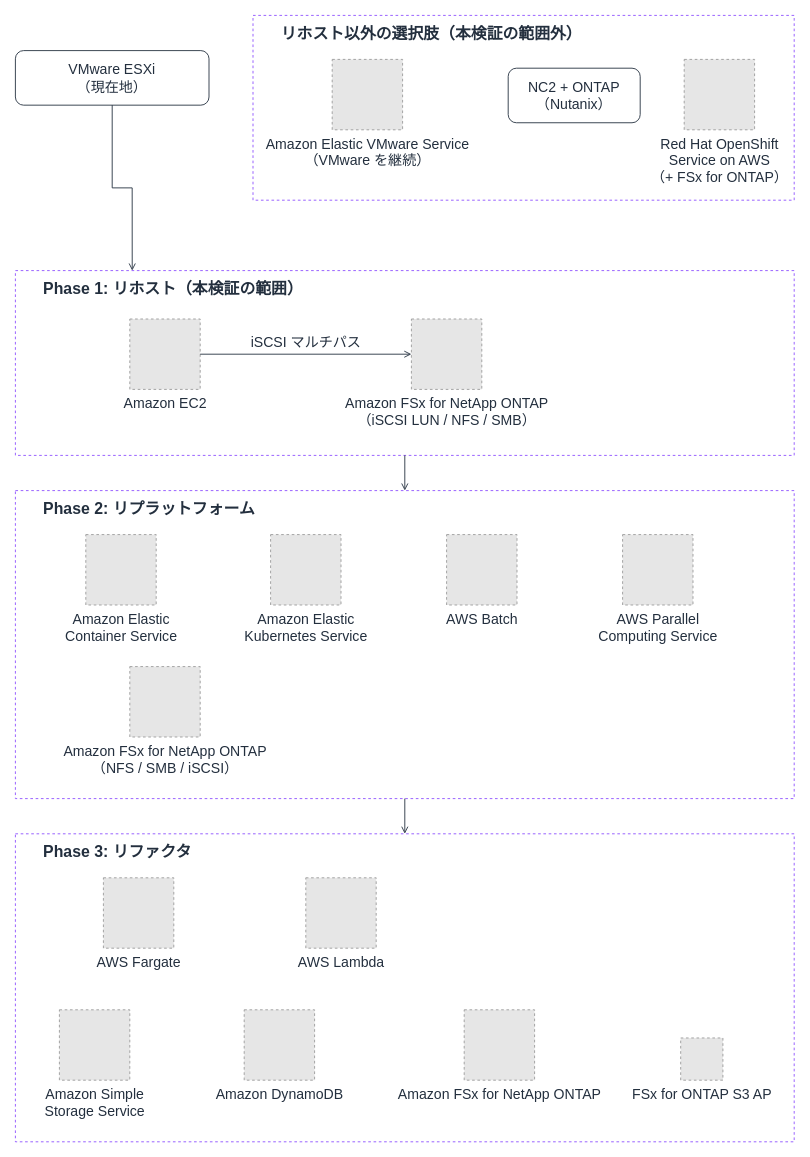
Before: docs/_assets/diagrams/atx-fsxn-migration-journey.drawio in Yoshiki0705/VMware-Migration-EC2-ONTAP, a draw.io diagram. Source tidied: cells renumbered, new cells numbered last; positions are measured from the earlier drawing's top-left corner, leaving out a move shared by most shapes. Both pictures are drawn from the tidied source at 88%, with x=0, y=0 at pixel (15, 15). Pictures stored in the file or linked from it are replaced by grey dashed boxes.
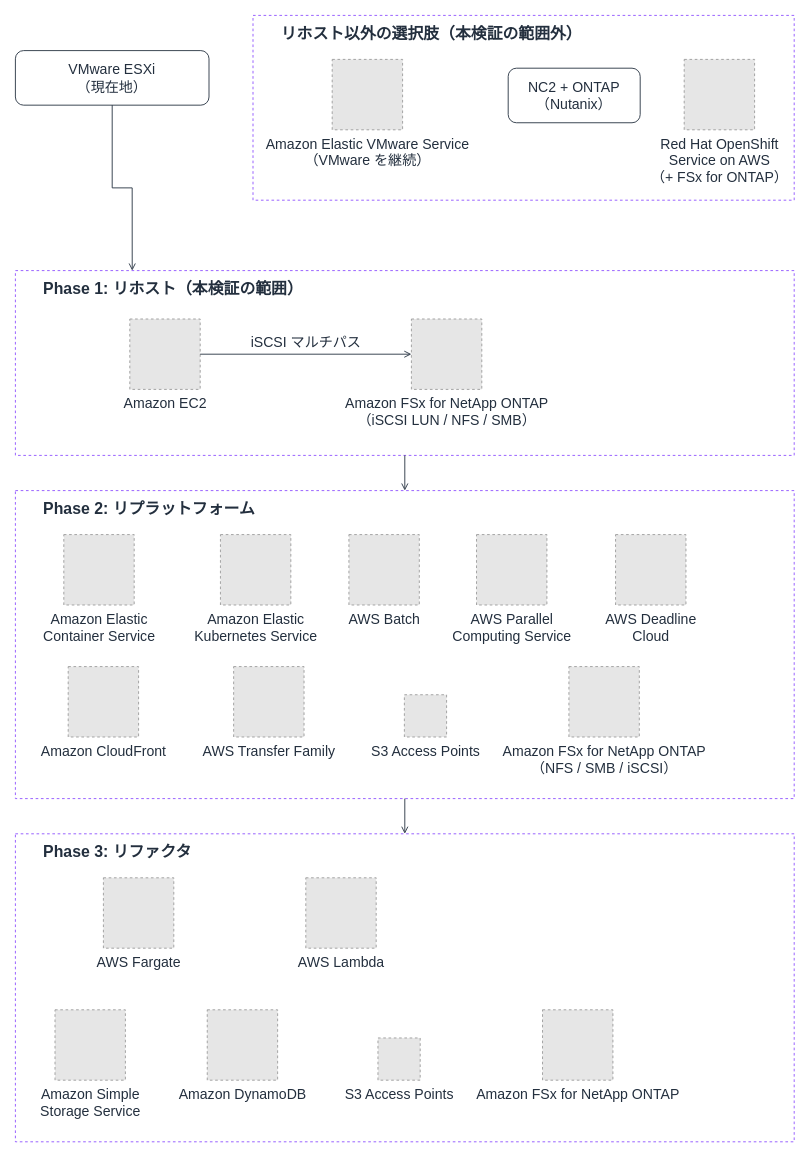
The same page after the edit.

Commit message (it also covers changes not shown here):
docs: spell out S3 Access Points, add the Phase 2 access and render paths

What changed in the source:
```diff
@@
     <mxCell id="12" value="Amazon Elastic&#10;Container Service" style="fillColor=#E6E6E6;strokeColor=#999999;dashed=1;html=1;verticalLabelPosition=bottom;verticalAlign=top;labelPosition=center;align=center;fontSize=16;fontColor=#232F3E;" parent="1" vertex="1">
-      <mxGeometry x="80" y="590" width="80" height="80" as="geometry" />
+      <mxGeometry x="55" y="590" width="80" height="80" as="geometry" />
     </mxCell>
     <mxCell id="13" value="Amazon Elastic&#10;Kubernetes Service" style="fillColor=#E6E6E6;strokeColor=#999999;dashed=1;html=1;verticalLabelPosition=bottom;verticalAlign=top;labelPosition=center;align=center;fontSize=16;fontColor=#232F3E;" parent="1" vertex="1">
-      <mxGeometry x="290" y="590" width="80" height="80" as="geometry" />
+      <mxGeometry x="233" y="590" width="80" height="80" as="geometry" />
     </mxCell>
     <mxCell id="14" value="AWS Batch" style="fillColor=#E6E6E6;strokeColor=#999999;dashed=1;html=1;verticalLabelPosition=bottom;verticalAlign=top;labelPosition=center;align=center;fontSize=16;fontColor=#232F3E;" parent="1" vertex="1">
-      <mxGeometry x="490" y="590" width="80" height="80" as="geometry" />
+      <mxGeometry x="379" y="590" width="80" height="80" as="geometry" />
     </mxCell>
     <mxCell id="15" value="AWS Parallel&#10;Computing Service" style="fillColor=#E6E6E6;strokeColor=#999999;dashed=1;html=1;verticalLabelPosition=bottom;verticalAlign=top;labelPosition=center;align=center;fontSize=16;fontColor=#232F3E;" parent="1" vertex="1">
-      <mxGeometry x="690" y="590" width="80" height="80" as="geometry" />
+      <mxGeometry x="524" y="590" width="80" height="80" as="geometry" />
     </mxCell>
+    <mxCell id="27" value="AWS Deadline&#10;Cloud" style="fillColor=#E6E6E6;strokeColor=#999999;dashed=1;html=1;verticalLabelPosition=bottom;verticalAlign=top;labelPosition=center;align=center;fontSize=16;fontColor=#232F3E;" parent="1" vertex="1">
+      <mxGeometry x="682" y="590" width="80" height="80" as="geometry" />
+    </mxCell>
+    <mxCell id="28" value="Amazon CloudFront" style="fillColor=#E6E6E6;strokeColor=#999999;dashed=1;html=1;verticalLabelPosition=bottom;verticalAlign=top;labelPosition=center;align=center;fontSize=16;fontColor=#232F3E;" parent="1" vertex="1">
+      <mxGeometry x="60" y="740" width="80" height="80" as="geometry" />
+    </mxCell>
+    <mxCell id="29" value="AWS Transfer Family" style="fillColor=#E6E6E6;strokeColor=#999999;dashed=1;html=1;verticalLabelPosition=bottom;verticalAlign=top;labelPosition=center;align=center;fontSize=16;fontColor=#232F3E;" parent="1" vertex="1">
+      <mxGeometry x="248" y="740" width="80" height="80" as="geometry" />
+    </mxCell>
+    <mxCell id="30" value="S3 Access Points" style="fillColor=#E6E6E6;strokeColor=#999999;dashed=1;html=1;verticalLabelPosition=bottom;verticalAlign=top;labelPosition=center;align=center;fontSize=16;fontColor=#232F3E;" parent="1" vertex="1">
+      <mxGeometry x="442" y="772" width="48" height="48" as="geometry" />
+    </mxCell>
     <mxCell id="16" value="Amazon FSx for NetApp ONTAP&#10;（NFS / SMB / iSCSI）" style="fillColor=#E6E6E6;strokeColor=#999999;dashed=1;html=1;verticalLabelPosition=bottom;verticalAlign=top;labelPosition=center;align=center;fontSize=16;fontColor=#232F3E;" parent="1" vertex="1">
-      <mxGeometry x="130" y="740" width="80" height="80" as="geometry" />
+      <mxGeometry x="629" y="740" width="80" height="80" as="geometry" />
     </mxCell>
@@
     <mxCell id="19" value="Amazon Simple&#10;Storage Service" style="fillColor=#E6E6E6;strokeColor=#999999;dashed=1;html=1;verticalLabelPosition=bottom;verticalAlign=top;labelPosition=center;align=center;fontSize=16;fontColor=#232F3E;" parent="1" vertex="1">
-      <mxGeometry x="50" y="1130" width="80" height="80" as="geometry" />
+      <mxGeometry x="45" y="1130" width="80" height="80" as="geometry" />
     </mxCell>
     <mxCell id="20" value="Amazon DynamoDB" style="fillColor=#E6E6E6;strokeColor=#999999;dashed=1;html=1;verticalLabelPosition=bottom;verticalAlign=top;labelPosition=center;align=center;fontSize=16;fontColor=#232F3E;" parent="1" vertex="1">
-      <mxGeometry x="260" y="1130" width="80" height="80" as="geometry" />
+      <mxGeometry x="218" y="1130" width="80" height="80" as="geometry" />
     </mxCell>
+    <mxCell id="22" value="S3 Access Points" style="fillColor=#E6E6E6;strokeColor=#999999;dashed=1;html=1;verticalLabelPosition=bottom;verticalAlign=top;labelPosition=center;align=center;fontSize=16;fontColor=#232F3E;" parent="1" vertex="1">
+      <mxGeometry x="412" y="1162" width="48" height="48" as="geometry" />
+    </mxCell>
     <mxCell id="21" value="Amazon FSx for NetApp ONTAP" style="fillColor=#E6E6E6;strokeColor=#999999;dashed=1;html=1;verticalLabelPosition=bottom;verticalAlign=top;labelPosition=center;align=center;fontSize=16;fontColor=#232F3E;" parent="1" vertex="1">
-      <mxGeometry x="510" y="1130" width="80" height="80" as="geometry" />
+      <mxGeometry x="599" y="1130" width="80" height="80" as="geometry" />
     </mxCell>
-    <mxCell id="22" value="FSx for ONTAP S3 AP" style="fillColor=#E6E6E6;strokeColor=#999999;dashed=1;html=1;verticalLabelPosition=bottom;verticalAlign=top;labelPosition=center;align=center;fontSize=16;fontColor=#232F3E;" parent="1" vertex="1">
-      <mxGeometry x="756" y="1162" width="48" height="48" as="geometry" />
-    </mxCell>
```
